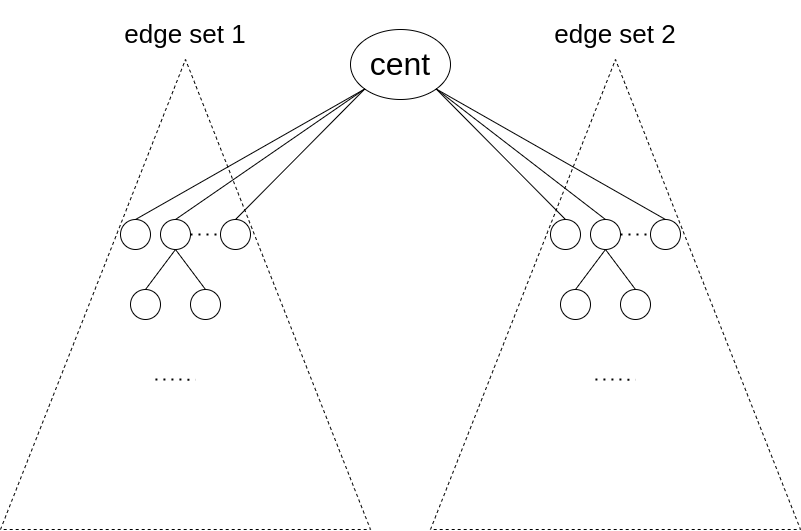
This is tests/images/edge_cd.png from lrvideckis/programming_team_code, a draw.io export, as it was before one commit. Source tidied: cells renumbered, new cells last; positions are measured from the earlier drawing's top-left corner, leaving out a move shared by most shapes.
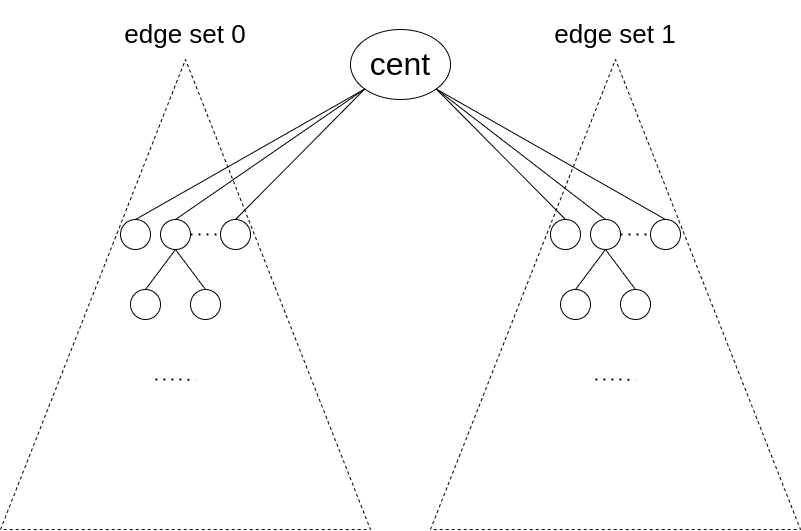
After the commit.

Commit message:
0 based indexing

Change to the diagram source:
```diff
@@ -58,10 +58,10 @@
     <mxCell id="18" style="endArrow=none;html=1;rounded=0;entryX=1;entryY=1;entryDx=0;entryDy=0;exitX=0.5;exitY=0;exitDx=0;exitDy=0;" parent="1" edge="1" source="10" target="4">
       <mxGeometry relative="1" as="geometry" />
     </mxCell>
-    <mxCell id="19" value="&lt;font style=&quot;font-size: 26px;&quot;&gt;edge set 1&lt;/font&gt;" style="text;html=1;strokeColor=none;fillColor=none;align=center;verticalAlign=middle;whiteSpace=wrap;rounded=0;" parent="1" vertex="1">
+    <mxCell id="19" value="&lt;font style=&quot;font-size: 26px;&quot;&gt;edge set 0&lt;/font&gt;" style="text;html=1;strokeColor=none;fillColor=none;align=center;verticalAlign=middle;whiteSpace=wrap;rounded=0;" parent="1" vertex="1">
       <mxGeometry x="170" width="130" height="70" as="geometry" />
     </mxCell>
-    <mxCell id="20" value="&lt;font style=&quot;font-size: 26px;&quot;&gt;edge set 2&lt;/font&gt;" style="text;html=1;strokeColor=none;fillColor=none;align=center;verticalAlign=middle;whiteSpace=wrap;rounded=0;" parent="1" vertex="1">
+    <mxCell id="20" value="&lt;font style=&quot;font-size: 26px;&quot;&gt;edge set 1&lt;/font&gt;" style="text;html=1;strokeColor=none;fillColor=none;align=center;verticalAlign=middle;whiteSpace=wrap;rounded=0;" parent="1" vertex="1">
       <mxGeometry x="600" width="130" height="70" as="geometry" />
     </mxCell>
     <mxCell id="21" style="ellipse;whiteSpace=wrap;html=1;" parent="1" vertex="1">
```
